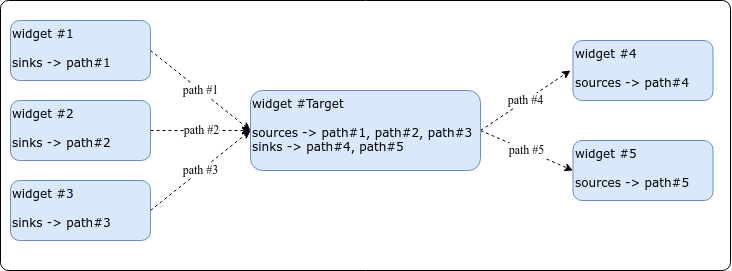
Above: images/ALSA_04.png in lchy0113/rk_develop (draw.io), before the change. Source tidied: cells renumbered, new cells last; positions are measured from the earlier drawing's top-left corner, leaving out a move shared by most shapes.
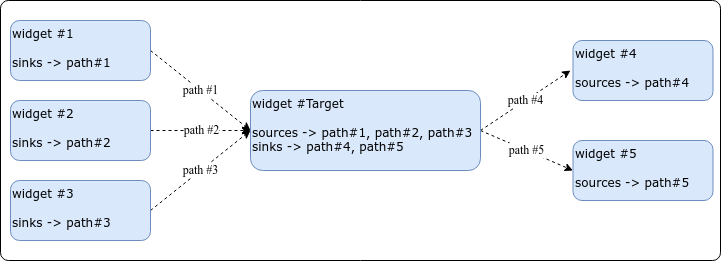
Later version of the same file.

The edit, as a diff of the source:
```diff
@@ -2,43 +2,43 @@
   <root>
     <mxCell id="0" />
     <mxCell id="1" parent="0" />
-    <mxCell id="2" value="path #4" style="edgeStyle=none;rounded=0;jettySize=auto;html=1;dashed=1;fontFamily=Tahoma;fontSize=12;startArrow=none;startFill=0;exitX=1;exitY=0.5;exitDx=0;exitDy=0;" parent="1" edge="1" source="4">
-      <mxGeometry relative="1" as="geometry">
-        <mxPoint x="570" y="70" as="targetPoint" />
-      </mxGeometry>
+    <mxCell id="2" style="rounded=1;whiteSpace=wrap;html=1;shadow=0;glass=0;sketch=0;fontFamily=Tahoma;fontSize=12;arcSize=3;" parent="1" vertex="1">
+      <mxGeometry width="720" height="260" as="geometry" />
     </mxCell>
-    <mxCell id="3" value="path #5" style="edgeStyle=none;rounded=0;jettySize=auto;html=1;entryX=0;entryY=0.5;entryDx=0;entryDy=0;dashed=1;fontFamily=Tahoma;fontSize=12;startArrow=none;startFill=0;exitX=1;exitY=0.5;exitDx=0;exitDy=0;" parent="1" edge="1" source="4" target="12">
-      <mxGeometry relative="1" as="geometry" />
+    <mxCell id="3" value="path #4" style="edgeStyle=none;rounded=0;jettySize=auto;html=1;dashed=1;fontFamily=Tahoma;fontSize=12;startArrow=none;startFill=0;exitX=1;exitY=0.5;exitDx=0;exitDy=0;" parent="1" edge="1" source="5">
+      <mxGeometry relative="1" as="geometry">
+        <mxPoint x="570" y="70" as="targetPoint" />
+      </mxGeometry>
     </mxCell>
-    <mxCell id="4" value="widget #Target&lt;br style=&quot;font-size: 12px;&quot;&gt;&lt;br style=&quot;font-size: 12px;&quot;&gt;sources -&amp;gt; path#1, path#2, path#3&lt;br style=&quot;font-size: 12px;&quot;&gt;sinks -&amp;gt; path#4, path#5" style="rounded=1;whiteSpace=wrap;html=1;shadow=0;glass=0;sketch=0;fillColor=#dae8fc;strokeColor=#6c8ebf;align=left;verticalAlign=top;fontSize=12;fontFamily=Verdana;" parent="1" vertex="1">
-      <mxGeometry x="250" y="90" width="230" height="80" as="geometry" />
+    <mxCell id="4" value="path #5" style="edgeStyle=none;rounded=0;jettySize=auto;html=1;entryX=0;entryY=0.5;entryDx=0;entryDy=0;dashed=1;fontFamily=Tahoma;fontSize=12;startArrow=none;startFill=0;exitX=1;exitY=0.5;exitDx=0;exitDy=0;" parent="1" edge="1" source="5" target="13">
+      <mxGeometry relative="1" as="geometry" />
     </mxCell>
-    <mxCell id="5" value="path #1" style="rounded=0;jettySize=auto;html=1;entryX=0;entryY=0.5;entryDx=0;entryDy=0;dashed=1;fontFamily=Tahoma;fontSize=12;startArrow=none;startFill=0;exitX=1;exitY=0.5;exitDx=0;exitDy=0;" parent="1" edge="1" source="6" target="4">
-      <mxGeometry relative="1" as="geometry" />
+    <mxCell id="5" value="widget #Target&lt;br style=&quot;font-size: 12px;&quot;&gt;&lt;br style=&quot;font-size: 12px;&quot;&gt;sources -&amp;gt; path#1, path#2, path#3&lt;br style=&quot;font-size: 12px;&quot;&gt;sinks -&amp;gt; path#4, path#5" style="rounded=1;whiteSpace=wrap;html=1;shadow=0;glass=0;sketch=0;fillColor=#dae8fc;strokeColor=#6c8ebf;align=left;verticalAlign=top;fontSize=12;fontFamily=Verdana;" parent="1" vertex="1">
+      <mxGeometry x="250" y="90" width="230" height="80" as="geometry" />
     </mxCell>
-    <mxCell id="6" value="widget #1&lt;br style=&quot;font-size: 12px;&quot;&gt;&lt;br style=&quot;font-size: 12px;&quot;&gt;sinks -&amp;gt; path#1" style="rounded=1;whiteSpace=wrap;html=1;shadow=0;glass=0;sketch=0;fillColor=#dae8fc;strokeColor=#6c8ebf;align=left;verticalAlign=top;fontSize=12;fontFamily=Verdana;" parent="1" vertex="1">
-      <mxGeometry x="10" y="20" width="140" height="60" as="geometry" />
+    <mxCell id="6" value="path #1" style="rounded=0;jettySize=auto;html=1;entryX=0;entryY=0.5;entryDx=0;entryDy=0;dashed=1;fontFamily=Tahoma;fontSize=12;startArrow=none;startFill=0;exitX=1;exitY=0.5;exitDx=0;exitDy=0;" parent="1" edge="1" source="7" target="5">
+      <mxGeometry relative="1" as="geometry" />
     </mxCell>
-    <mxCell id="7" value="path #2" style="edgeStyle=none;rounded=0;jettySize=auto;html=1;entryX=0;entryY=0.5;entryDx=0;entryDy=0;dashed=1;fontFamily=Tahoma;fontSize=12;startArrow=none;startFill=0;" parent="1" edge="1" source="8" target="4">
-      <mxGeometry relative="1" as="geometry" />
+    <mxCell id="7" value="widget #1&lt;br style=&quot;font-size: 12px;&quot;&gt;&lt;br style=&quot;font-size: 12px;&quot;&gt;sinks -&amp;gt; path#1" style="rounded=1;whiteSpace=wrap;html=1;shadow=0;glass=0;sketch=0;fillColor=#dae8fc;strokeColor=#6c8ebf;align=left;verticalAlign=top;fontSize=12;fontFamily=Verdana;" parent="1" vertex="1">
+      <mxGeometry x="10" y="20" width="140" height="60" as="geometry" />
     </mxCell>
-    <mxCell id="8" value="widget #2&lt;br style=&quot;font-size: 12px;&quot;&gt;&lt;br style=&quot;font-size: 12px;&quot;&gt;sinks -&amp;gt; path#2" style="rounded=1;whiteSpace=wrap;html=1;shadow=0;glass=0;sketch=0;fillColor=#dae8fc;strokeColor=#6c8ebf;align=left;verticalAlign=top;fontSize=12;fontFamily=Verdana;" parent="1" vertex="1">
-      <mxGeometry x="10" y="100" width="140" height="60" as="geometry" />
+    <mxCell id="8" value="path #2" style="edgeStyle=none;rounded=0;jettySize=auto;html=1;entryX=0;entryY=0.5;entryDx=0;entryDy=0;dashed=1;fontFamily=Tahoma;fontSize=12;startArrow=none;startFill=0;" parent="1" edge="1" source="9" target="5">
+      <mxGeometry relative="1" as="geometry" />
     </mxCell>
-    <mxCell id="9" value="path #3" style="edgeStyle=none;rounded=0;jettySize=auto;html=1;entryX=0;entryY=0.5;entryDx=0;entryDy=0;dashed=1;fontFamily=Tahoma;fontSize=12;startArrow=none;startFill=0;exitX=1;exitY=0.5;exitDx=0;exitDy=0;" parent="1" edge="1" source="10" target="4">
-      <mxGeometry relative="1" as="geometry" />
+    <mxCell id="9" value="widget #2&lt;br style=&quot;font-size: 12px;&quot;&gt;&lt;br style=&quot;font-size: 12px;&quot;&gt;sinks -&amp;gt; path#2" style="rounded=1;whiteSpace=wrap;html=1;shadow=0;glass=0;sketch=0;fillColor=#dae8fc;strokeColor=#6c8ebf;align=left;verticalAlign=top;fontSize=12;fontFamily=Verdana;" parent="1" vertex="1">
+      <mxGeometry x="10" y="100" width="140" height="60" as="geometry" />
     </mxCell>
-    <mxCell id="10" value="widget #3&lt;br style=&quot;font-size: 12px;&quot;&gt;&lt;br style=&quot;font-size: 12px;&quot;&gt;sinks -&amp;gt; path#3" style="rounded=1;whiteSpace=wrap;html=1;shadow=0;glass=0;sketch=0;fillColor=#dae8fc;strokeColor=#6c8ebf;align=left;verticalAlign=top;fontSize=12;fontFamily=Verdana;" parent="1" vertex="1">
-      <mxGeometry x="10" y="180" width="140" height="60" as="geometry" />
+    <mxCell id="10" value="path #3" style="edgeStyle=none;rounded=0;jettySize=auto;html=1;entryX=0;entryY=0.5;entryDx=0;entryDy=0;dashed=1;fontFamily=Tahoma;fontSize=12;startArrow=none;startFill=0;exitX=1;exitY=0.5;exitDx=0;exitDy=0;" parent="1" edge="1" source="11" target="5">
+      <mxGeometry relative="1" as="geometry" />
     </mxCell>
-    <mxCell id="11" value="widget #4&lt;br style=&quot;font-size: 12px;&quot;&gt;&lt;br style=&quot;font-size: 12px;&quot;&gt;sources -&amp;gt; path#4" style="rounded=1;whiteSpace=wrap;html=1;shadow=0;glass=0;sketch=0;fillColor=#dae8fc;strokeColor=#6c8ebf;align=left;verticalAlign=top;fontSize=12;fontFamily=Verdana;" parent="1" vertex="1">
-      <mxGeometry x="572.5" y="40" width="140" height="60" as="geometry" />
+    <mxCell id="11" value="widget #3&lt;br style=&quot;font-size: 12px;&quot;&gt;&lt;br style=&quot;font-size: 12px;&quot;&gt;sinks -&amp;gt; path#3" style="rounded=1;whiteSpace=wrap;html=1;shadow=0;glass=0;sketch=0;fillColor=#dae8fc;strokeColor=#6c8ebf;align=left;verticalAlign=top;fontSize=12;fontFamily=Verdana;" parent="1" vertex="1">
+      <mxGeometry x="10" y="180" width="140" height="60" as="geometry" />
     </mxCell>
-    <mxCell id="12" value="widget #5&lt;br style=&quot;font-size: 12px;&quot;&gt;&lt;br style=&quot;font-size: 12px;&quot;&gt;sources -&amp;gt; path#5" style="rounded=1;whiteSpace=wrap;html=1;shadow=0;glass=0;sketch=0;fillColor=#dae8fc;strokeColor=#6c8ebf;align=left;verticalAlign=top;fontSize=12;fontFamily=Verdana;" parent="1" vertex="1">
-      <mxGeometry x="572.5" y="140" width="140" height="60" as="geometry" />
+    <mxCell id="12" value="widget #4&lt;br style=&quot;font-size: 12px;&quot;&gt;&lt;br style=&quot;font-size: 12px;&quot;&gt;sources -&amp;gt; path#4" style="rounded=1;whiteSpace=wrap;html=1;shadow=0;glass=0;sketch=0;fillColor=#dae8fc;strokeColor=#6c8ebf;align=left;verticalAlign=top;fontSize=12;fontFamily=Verdana;" parent="1" vertex="1">
+      <mxGeometry x="572.5" y="40" width="140" height="60" as="geometry" />
     </mxCell>
-    <mxCell id="13" style="rounded=1;whiteSpace=wrap;html=1;shadow=0;glass=0;sketch=0;fontFamily=Tahoma;fontSize=12;fillColor=none;arcSize=3;" parent="1" vertex="1">
-      <mxGeometry width="730" height="270" as="geometry" />
+    <mxCell id="13" value="widget #5&lt;br style=&quot;font-size: 12px;&quot;&gt;&lt;br style=&quot;font-size: 12px;&quot;&gt;sources -&amp;gt; path#5" style="rounded=1;whiteSpace=wrap;html=1;shadow=0;glass=0;sketch=0;fillColor=#dae8fc;strokeColor=#6c8ebf;align=left;verticalAlign=top;fontSize=12;fontFamily=Verdana;" parent="1" vertex="1">
+      <mxGeometry x="572.5" y="140" width="140" height="60" as="geometry" />
     </mxCell>
   </root>
 </mxGraphModel>
```
